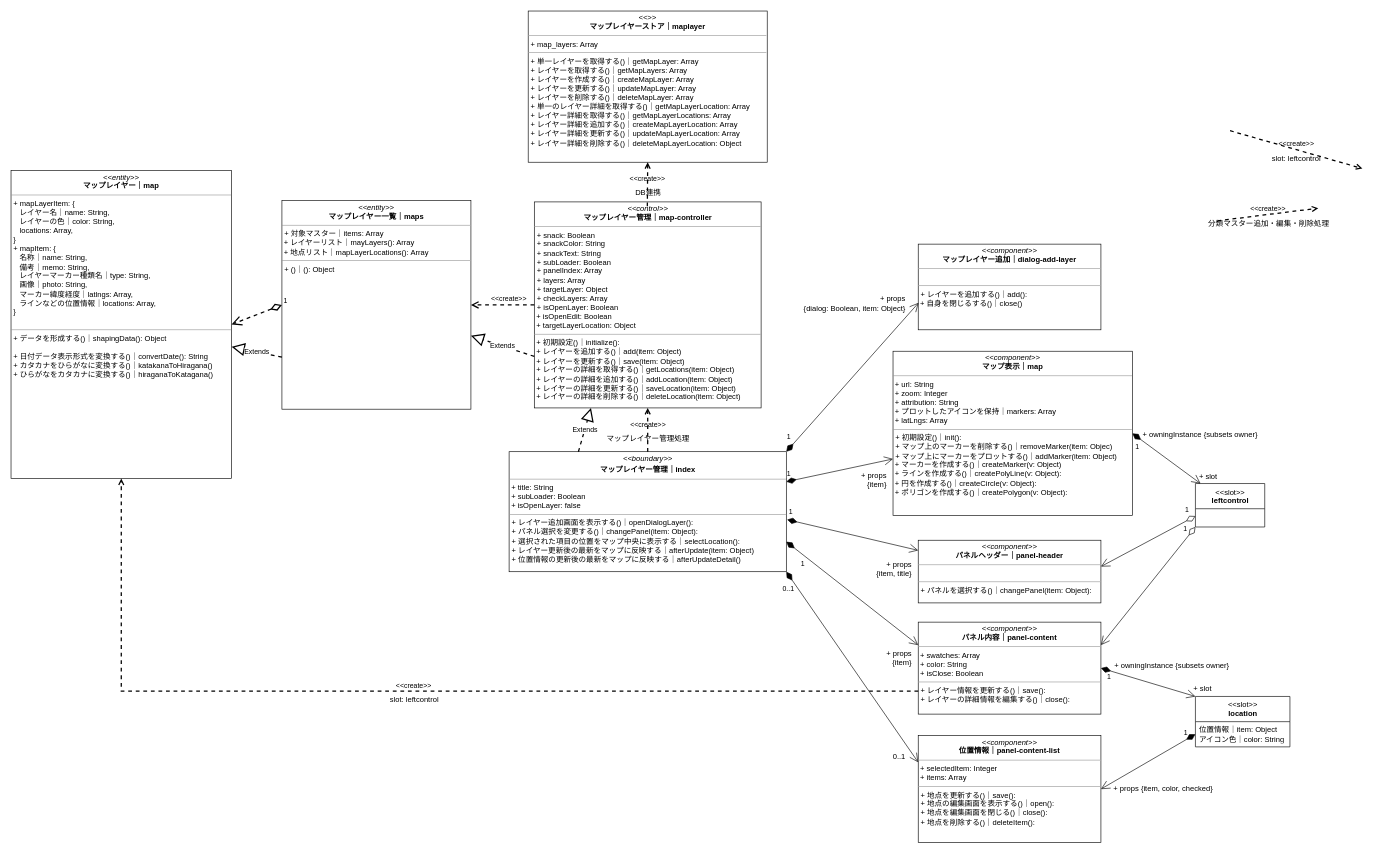
kaoru387/draw.io keeps this draw.io diagram as iriomote-anymaps.drawio. Above is the earlier version. Source tidied: cells renumbered, new cells numbered last; positions are measured from the earlier drawing's top-left corner, leaving out a move shared by most shapes. Both pictures are drawn from the tidied source at 63%, with x=0, y=0 at pixel (11, 11).
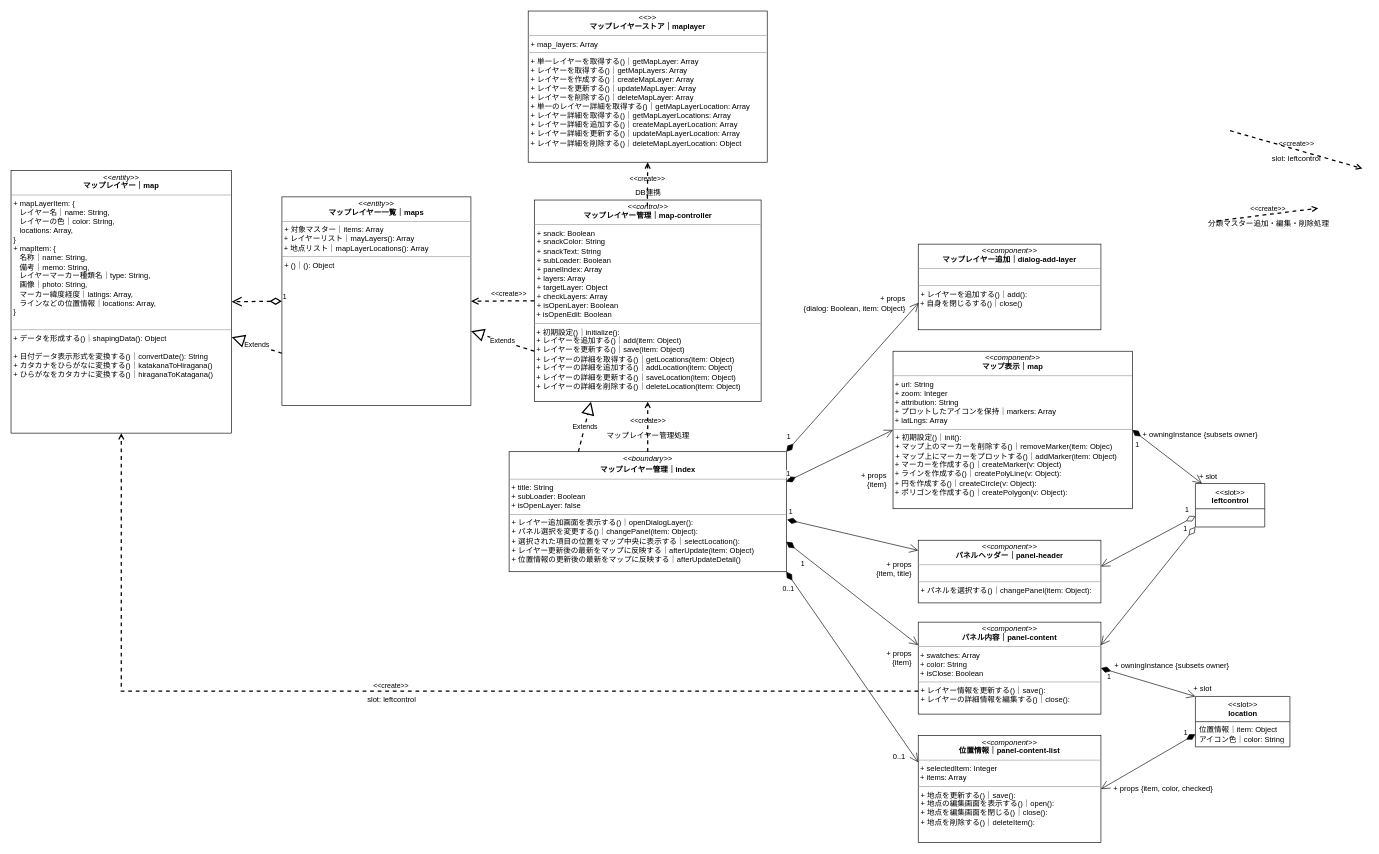
The same diagram, later.

Commit message:
iriomote-anymaps.drawio を更新します

Unchanged cells that the change refers to:
```xml
<mxCell id="7" value="&lt;p style=&quot;margin:0px;margin-top:4px;text-align:center;&quot;&gt;&lt;i&gt;&amp;lt;&amp;lt;boundary&amp;gt;&amp;gt;&lt;/i&gt;&lt;b&gt;&lt;br&gt;&lt;/b&gt;&lt;/p&gt;&lt;p style=&quot;margin:0px;margin-top:4px;text-align:center;&quot;&gt;&lt;b&gt;マップレイヤー管理｜index&lt;/b&gt;&lt;/p&gt;&lt;hr size=&quot;1&quot;&gt;&lt;div&gt;&amp;nbsp;+ title: String&lt;/div&gt;&lt;div&gt;&lt;span style=&quot;background-color: initial;&quot;&gt;&amp;nbsp;+ subLoader: Boolean&lt;/span&gt;&lt;/div&gt;&lt;div&gt;&lt;span style=&quot;background-color: initial;&quot;&gt;&amp;nbsp;+ isOpenLayer: false&lt;/span&gt;&lt;/div&gt;&lt;hr size=&quot;1&quot;&gt;&lt;p style=&quot;margin:0px;margin-left:4px;&quot;&gt;+ レイヤー追加画面を表示する()｜openDialogLayer():&amp;nbsp;&lt;span style=&quot;background-color: initial;&quot;&gt;&lt;br&gt;&lt;/span&gt;&lt;/p&gt;&lt;p style=&quot;margin:0px;margin-left:4px;&quot;&gt;+ パネル選択を変更する()｜changePanel(item: Object):&amp;nbsp;&lt;br&gt;&lt;/p&gt;&lt;p style=&quot;margin:0px;margin-left:4px;&quot;&gt;+ 選択された項目の位置をマップ中央に表示する｜selectLocation():&amp;nbsp;&lt;/p&gt;&lt;p style=&quot;margin:0px;margin-left:4px;&quot;&gt;+ レイヤー更新後の最新をマップに反映する｜afterUpdate(item: Object)&lt;/p&gt;&lt;p style=&quot;margin:0px;margin-left:4px;&quot;&gt;+ 位置情報の更新後の最新をマップに反映する｜afterUpdateDetail()&lt;br&gt;&lt;/p&gt;&lt;p style=&quot;margin:0px;margin-left:4px;&quot;&gt;&lt;/p&gt;" style="verticalAlign=top;align=left;overflow=fill;fontSize=12;fontFamily=Helvetica;html=1;" parent="1" vertex="1">
  <mxGeometry x="790.6" y="699.5" width="440" height="190.5" as="geometry" />
</mxCell>
```

Diff of the diagram source:
```diff
@@
-    <mxCell id="2" value="&lt;p style=&quot;margin:0px;margin-top:4px;text-align:center;&quot;&gt;&lt;i&gt;&amp;lt;&amp;lt;control&amp;gt;&amp;gt;&lt;/i&gt;&lt;br&gt;&lt;b&gt;マップレイヤー管理｜map-controller&lt;/b&gt;&lt;/p&gt;&lt;hr size=&quot;1&quot;&gt;&lt;p style=&quot;margin:0px;margin-left:4px;&quot;&gt;+&amp;nbsp;&lt;span style=&quot;background-color: initial;&quot;&gt;snack: Boolean&lt;/span&gt;&lt;/p&gt;&lt;p style=&quot;margin:0px;margin-left:4px;&quot;&gt;+ snackColor: String&lt;/p&gt;&lt;p style=&quot;margin:0px;margin-left:4px;&quot;&gt;+ snackText: String&lt;/p&gt;&lt;p style=&quot;margin:0px;margin-left:4px;&quot;&gt;+&amp;nbsp;subLoader: Boolean&lt;/p&gt;&lt;p style=&quot;margin:0px;margin-left:4px;&quot;&gt;+ panelIndex: Array&lt;/p&gt;&lt;p style=&quot;margin:0px;margin-left:4px;&quot;&gt;+ layers: Array&lt;/p&gt;&lt;p style=&quot;margin:0px;margin-left:4px;&quot;&gt;+ targetLayer: Object&lt;/p&gt;&lt;p style=&quot;margin:0px;margin-left:4px;&quot;&gt;+ checkLayers: Array&lt;/p&gt;&lt;p style=&quot;margin:0px;margin-left:4px;&quot;&gt;+&amp;nbsp;isOpenLayer: Boolean&lt;/p&gt;&amp;nbsp;+&amp;nbsp;isOpenEdit: Boolean&lt;br&gt;&amp;nbsp;+&amp;nbsp;targetLayerLocation: Object&lt;br&gt;&lt;div&gt;&lt;/div&gt;&lt;hr size=&quot;1&quot;&gt;&lt;p style=&quot;margin:0px;margin-left:4px;&quot;&gt;&lt;/p&gt;&amp;nbsp;+ 初期設定()｜initialize():&amp;nbsp;&lt;br&gt;&amp;nbsp;&lt;span style=&quot;background-color: initial;&quot;&gt;+&amp;nbsp;&lt;/span&gt;レイヤーを追加する()｜&lt;span style=&quot;background-color: initial;&quot;&gt;add(item: Object)&lt;br&gt;&lt;/span&gt;&amp;nbsp;&lt;span style=&quot;background-color: initial;&quot;&gt;+&amp;nbsp;&lt;/span&gt;レイヤーを更新する()｜&lt;span style=&quot;background-color: initial;&quot;&gt;save(item: Object)&lt;/span&gt;&lt;span style=&quot;background-color: initial;&quot;&gt;&lt;br&gt;&lt;/span&gt;&amp;nbsp;&lt;span style=&quot;background-color: initial;&quot;&gt;+&amp;nbsp;&lt;/span&gt;レイヤーの詳細を取得する()｜&lt;span style=&quot;background-color: initial;&quot;&gt;getLocations(item: Object)&lt;br&gt;&lt;/span&gt;&amp;nbsp;&lt;span style=&quot;background-color: initial;&quot;&gt;+&amp;nbsp;&lt;/span&gt;レイヤーの詳細を追加する()｜&lt;span style=&quot;background-color: initial;&quot;&gt;addLocation(item: Object)&lt;br&gt;&lt;/span&gt;&amp;nbsp;&lt;span style=&quot;background-color: initial;&quot;&gt;+&amp;nbsp;&lt;/span&gt;レイヤーの詳細を更新する()｜&lt;span style=&quot;background-color: initial;&quot;&gt;saveLocation(item: Object)&lt;br&gt;&lt;/span&gt;&amp;nbsp;&lt;span style=&quot;background-color: initial;&quot;&gt;+&amp;nbsp;&lt;/span&gt;レイヤーの詳細を削除する()｜&lt;span style=&quot;background-color: initial;&quot;&gt;deleteLocation(item: Object)&lt;/span&gt;&lt;span style=&quot;background-color: initial;&quot;&gt;&lt;br&gt;&lt;/span&gt;" style="verticalAlign=top;align=left;overflow=fill;fontSize=12;fontFamily=Helvetica;html=1;" parent="1" vertex="1">
-      <mxGeometry x="830.6" y="303" width="360" height="327" as="geometry" />
+    <mxCell id="2" value="&lt;p style=&quot;margin:0px;margin-top:4px;text-align:center;&quot;&gt;&lt;i&gt;&amp;lt;&amp;lt;control&amp;gt;&amp;gt;&lt;/i&gt;&lt;br&gt;&lt;b&gt;マップレイヤー管理｜map-controller&lt;/b&gt;&lt;/p&gt;&lt;hr size=&quot;1&quot;&gt;&lt;p style=&quot;margin:0px;margin-left:4px;&quot;&gt;+&amp;nbsp;&lt;span style=&quot;background-color: initial;&quot;&gt;snack: Boolean&lt;/span&gt;&lt;/p&gt;&lt;p style=&quot;margin:0px;margin-left:4px;&quot;&gt;+ snackColor: String&lt;/p&gt;&lt;p style=&quot;margin:0px;margin-left:4px;&quot;&gt;+ snackText: String&lt;/p&gt;&lt;p style=&quot;margin:0px;margin-left:4px;&quot;&gt;+&amp;nbsp;subLoader: Boolean&lt;/p&gt;&lt;p style=&quot;margin:0px;margin-left:4px;&quot;&gt;+ panelIndex: Array&lt;/p&gt;&lt;p style=&quot;margin:0px;margin-left:4px;&quot;&gt;+ layers: Array&lt;/p&gt;&lt;p style=&quot;margin:0px;margin-left:4px;&quot;&gt;+ targetLayer: Object&lt;/p&gt;&lt;p style=&quot;margin:0px;margin-left:4px;&quot;&gt;+ checkLayers: Array&lt;/p&gt;&lt;p style=&quot;margin:0px;margin-left:4px;&quot;&gt;+&amp;nbsp;isOpenLayer: Boolean&lt;/p&gt;&amp;nbsp;+&amp;nbsp;isOpenEdit: Boolean&lt;br&gt;&lt;div&gt;&lt;/div&gt;&lt;hr size=&quot;1&quot;&gt;&lt;p style=&quot;margin:0px;margin-left:4px;&quot;&gt;&lt;/p&gt;&amp;nbsp;+ 初期設定()｜initialize():&amp;nbsp;&lt;br&gt;&amp;nbsp;&lt;span style=&quot;background-color: initial;&quot;&gt;+&amp;nbsp;&lt;/span&gt;レイヤーを追加する()｜&lt;span style=&quot;background-color: initial;&quot;&gt;add(item: Object)&lt;br&gt;&lt;/span&gt;&amp;nbsp;&lt;span style=&quot;background-color: initial;&quot;&gt;+&amp;nbsp;&lt;/span&gt;レイヤーを更新する()｜&lt;span style=&quot;background-color: initial;&quot;&gt;save(item: Object)&lt;/span&gt;&lt;span style=&quot;background-color: initial;&quot;&gt;&lt;br&gt;&lt;/span&gt;&amp;nbsp;&lt;span style=&quot;background-color: initial;&quot;&gt;+&amp;nbsp;&lt;/span&gt;レイヤーの詳細を取得する()｜&lt;span style=&quot;background-color: initial;&quot;&gt;getLocations(item: Object)&lt;br&gt;&lt;/span&gt;&amp;nbsp;&lt;span style=&quot;background-color: initial;&quot;&gt;+&amp;nbsp;&lt;/span&gt;レイヤーの詳細を追加する()｜&lt;span style=&quot;background-color: initial;&quot;&gt;addLocation(item: Object)&lt;br&gt;&lt;/span&gt;&amp;nbsp;&lt;span style=&quot;background-color: initial;&quot;&gt;+&amp;nbsp;&lt;/span&gt;レイヤーの詳細を更新する()｜&lt;span style=&quot;background-color: initial;&quot;&gt;saveLocation(item: Object)&lt;br&gt;&lt;/span&gt;&amp;nbsp;&lt;span style=&quot;background-color: initial;&quot;&gt;+&amp;nbsp;&lt;/span&gt;レイヤーの詳細を削除する()｜&lt;span style=&quot;background-color: initial;&quot;&gt;deleteLocation(item: Object)&lt;/span&gt;&lt;span style=&quot;background-color: initial;&quot;&gt;&lt;br&gt;&lt;/span&gt;" style="verticalAlign=top;align=left;overflow=fill;fontSize=12;fontFamily=Helvetica;html=1;" parent="1" vertex="1">
+      <mxGeometry x="830.6" y="300" width="360" height="320" as="geometry" />
     </mxCell>
     <mxCell id="3" value="&lt;p style=&quot;margin:0px;margin-top:4px;text-align:center;&quot;&gt;&lt;i&gt;&amp;lt;&amp;lt;entity&amp;gt;&amp;gt;&lt;/i&gt;&lt;br&gt;&lt;b&gt;マップレイヤー｜map&lt;/b&gt;&lt;/p&gt;&lt;hr size=&quot;1&quot;&gt;&lt;p style=&quot;margin:0px;margin-left:4px;&quot;&gt;&lt;span style=&quot;background-color: initial;&quot;&gt;+ mapLayerItem: {&amp;nbsp;&lt;/span&gt;&lt;/p&gt;&lt;p style=&quot;margin:0px;margin-left:4px;&quot;&gt;&lt;span style=&quot;background-color: initial;&quot;&gt;&amp;nbsp; &amp;nbsp;レイヤー名｜name: String,&lt;/span&gt;&lt;br&gt;&lt;/p&gt;&lt;p style=&quot;margin:0px;margin-left:4px;&quot;&gt;&lt;span style=&quot;background-color: initial;&quot;&gt;&amp;nbsp; &amp;nbsp;レイヤーの色｜color: String,&lt;/span&gt;&lt;br&gt;&lt;/p&gt;&lt;p style=&quot;margin:0px;margin-left:4px;&quot;&gt;&lt;span style=&quot;background-color: initial;&quot;&gt;&amp;nbsp; &amp;nbsp;locations: Array,&lt;/span&gt;&lt;br&gt;&lt;/p&gt;&lt;p style=&quot;margin:0px;margin-left:4px;&quot;&gt;}&lt;/p&gt;&lt;p style=&quot;margin: 0px 0px 0px 4px;&quot;&gt;+&amp;nbsp;mapItem: {&lt;/p&gt;&lt;p style=&quot;margin: 0px 0px 0px 4px;&quot;&gt;&amp;nbsp; &amp;nbsp;名称｜name: String,&lt;br&gt;&lt;/p&gt;&lt;p style=&quot;margin: 0px 0px 0px 4px;&quot;&gt;&amp;nbsp; &amp;nbsp;備考｜memo: String,&lt;br&gt;&lt;/p&gt;&lt;p style=&quot;margin: 0px 0px 0px 4px;&quot;&gt;&amp;nbsp; &amp;nbsp;レイヤーマーカー種類名｜type: String,&lt;br&gt;&lt;/p&gt;&lt;p style=&quot;margin: 0px 0px 0px 4px;&quot;&gt;&amp;nbsp; &amp;nbsp;画像｜photo: String,&lt;br&gt;&lt;/p&gt;&lt;p style=&quot;margin: 0px 0px 0px 4px;&quot;&gt;&amp;nbsp; &amp;nbsp;マーカー緯度経度｜latlngs: Array,&lt;br&gt;&lt;/p&gt;&lt;p style=&quot;margin: 0px 0px 0px 4px;&quot;&gt;&amp;nbsp; &amp;nbsp;ラインなどの位置情報｜locations: Array,&lt;br&gt;&lt;/p&gt;&lt;p style=&quot;margin: 0px 0px 0px 4px;&quot;&gt;}&lt;/p&gt;&lt;br&gt;&lt;hr size=&quot;1&quot;&gt;&lt;p style=&quot;margin:0px;margin-left:4px;&quot;&gt;+ データを形成する()｜shapingData(): Object&lt;br&gt;&lt;/p&gt;&lt;p style=&quot;margin:0px;margin-left:4px;&quot;&gt;&lt;br&gt;&lt;/p&gt;&lt;p style=&quot;margin:0px;margin-left:4px;&quot;&gt;+ 日付データ表示形式を変換する()｜convertDate(): String&lt;br&gt;&lt;/p&gt;&lt;p style=&quot;margin:0px;margin-left:4px;&quot;&gt;+ カタカナをひらがなに変換する()｜katakanaToHiragana()&lt;/p&gt;&lt;p style=&quot;margin:0px;margin-left:4px;&quot;&gt;+ ひらがなをカタカナ&lt;span style=&quot;background-color: initial;&quot;&gt;に変換する()｜hiraganaToKatagana()&lt;/span&gt;&lt;/p&gt;" style="verticalAlign=top;align=left;overflow=fill;fontSize=12;fontFamily=Helvetica;html=1;" parent="1" vertex="1">
-      <mxGeometry y="253" width="350" height="489" as="geometry" />
+      <mxGeometry y="253" width="350" height="417" as="geometry" />
     </mxCell>
     <mxCell id="4" value="&lt;p style=&quot;margin:0px;margin-top:4px;text-align:center;&quot;&gt;&lt;i&gt;&amp;lt;&amp;lt;entity&amp;gt;&amp;gt;&lt;/i&gt;&lt;br&gt;&lt;b&gt;マップレイヤー一覧｜&lt;/b&gt;&lt;b&gt;map&lt;/b&gt;&lt;b&gt;s&lt;/b&gt;&lt;br&gt;&lt;/p&gt;&lt;hr size=&quot;1&quot;&gt;&lt;p style=&quot;margin:0px;margin-left:4px;&quot;&gt;+ 対象マスター｜items: Array&lt;/p&gt;&lt;div style=&quot;&quot;&gt;&lt;div&gt;&amp;nbsp;+ レイヤーリスト｜mayLayers(): Array&lt;/div&gt;&lt;div&gt;&amp;nbsp;+ 地点リスト｜mapLayerLocations(): Array&lt;/div&gt;&lt;/div&gt;&lt;hr size=&quot;1&quot;&gt;&lt;p style=&quot;margin:0px;margin-left:4px;&quot;&gt;&lt;span style=&quot;background-color: initial;&quot;&gt;+ ()｜(): Object&lt;/span&gt;&lt;br&gt;&lt;/p&gt;&lt;p style=&quot;margin:0px;margin-left:4px;&quot;&gt;&lt;br&gt;&lt;/p&gt;" style="verticalAlign=top;align=left;overflow=fill;fontSize=12;fontFamily=Helvetica;html=1;fontColor=#000000;" parent="1" vertex="1">
-      <mxGeometry x="430" y="301" width="300" height="331" as="geometry" />
+      <mxGeometry x="430" y="295" width="300" height="331" as="geometry" />
     </mxCell>
@@
     <mxCell id="6" value="&lt;p style=&quot;margin:0px;margin-top:4px;text-align:center;&quot;&gt;&lt;i&gt;&amp;lt;&amp;lt;&lt;/i&gt;&lt;i&gt;component&lt;/i&gt;&lt;i&gt;&amp;gt;&amp;gt;&lt;/i&gt;&lt;br&gt;&lt;b&gt;マップ表示｜&lt;/b&gt;&lt;b style=&quot;background-color: initial;&quot;&gt;map&lt;/b&gt;&lt;/p&gt;&lt;hr size=&quot;1&quot;&gt;&lt;div&gt;&lt;span style=&quot;background-color: initial;&quot;&gt;&amp;nbsp;+ url: String&lt;/span&gt;&lt;/div&gt;&lt;div&gt;&amp;nbsp;+ zoom: Integer&lt;/div&gt;&amp;nbsp;+&amp;nbsp;&lt;span style=&quot;background-color: initial;&quot;&gt;attribution: String&lt;/span&gt;&lt;br&gt;&amp;nbsp;+ プロットしたアイコンを保持｜&lt;span style=&quot;background-color: initial;&quot;&gt;markers: Array&lt;/span&gt;&lt;br&gt;&amp;nbsp;+&amp;nbsp;&lt;span style=&quot;background-color: initial;&quot;&gt;latLngs: Array&lt;/span&gt;&lt;br&gt;&lt;hr size=&quot;1&quot;&gt;&lt;p style=&quot;margin:0px;margin-left:4px;&quot;&gt;+ 初期設定()｜init():&amp;nbsp;&lt;/p&gt;&lt;p style=&quot;margin:0px;margin-left:4px;&quot;&gt;+ マップ上のマーカーを削除する()｜removeMarker(item: Objec)&lt;br&gt;&lt;/p&gt;&lt;p style=&quot;margin:0px;margin-left:4px;&quot;&gt;+ マップ上にマーカーをプロットする()｜addMarker(item: Object)&lt;br&gt;&lt;/p&gt;&amp;nbsp;+ マーカーを作成する()｜createMarker(v: Object)&lt;br&gt;&amp;nbsp;+ ラインを作成する()｜createPolyLine(v: Object):&amp;nbsp;&lt;br&gt;&amp;nbsp;+ 円を作成する()｜createCircle(v: Object):&amp;nbsp;&lt;br&gt;&amp;nbsp;+ ポリゴンを作成する()｜createPolygon(v: Object):&amp;nbsp;" style="verticalAlign=top;align=left;overflow=fill;fontSize=12;fontFamily=Helvetica;html=1;" parent="1" vertex="1">
-      <mxGeometry x="1400" y="540" width="380" height="261" as="geometry" />
+      <mxGeometry x="1400" y="540" width="380" height="250" as="geometry" />
     </mxCell>
@@
-    <mxCell id="28" value="1" style="endArrow=open;html=1;endSize=12;startArrow=diamondThin;startSize=14;startFill=1;align=left;verticalAlign=bottom;rounded=0;exitX=1;exitY=0.25;exitDx=0;exitDy=0;" parent="1" edge="1" source="7" target="6">
+    <mxCell id="28" value="1" style="endArrow=open;html=1;endSize=12;startArrow=diamondThin;startSize=14;startFill=1;align=left;verticalAlign=bottom;rounded=0;exitX=1;exitY=0.25;exitDx=0;exitDy=0;entryX=0;entryY=0.5;entryDx=0;entryDy=0;" parent="1" edge="1" source="7" target="6">
       <mxGeometry x="-1" y="3" relative="1" as="geometry" />
     </mxCell>
```
